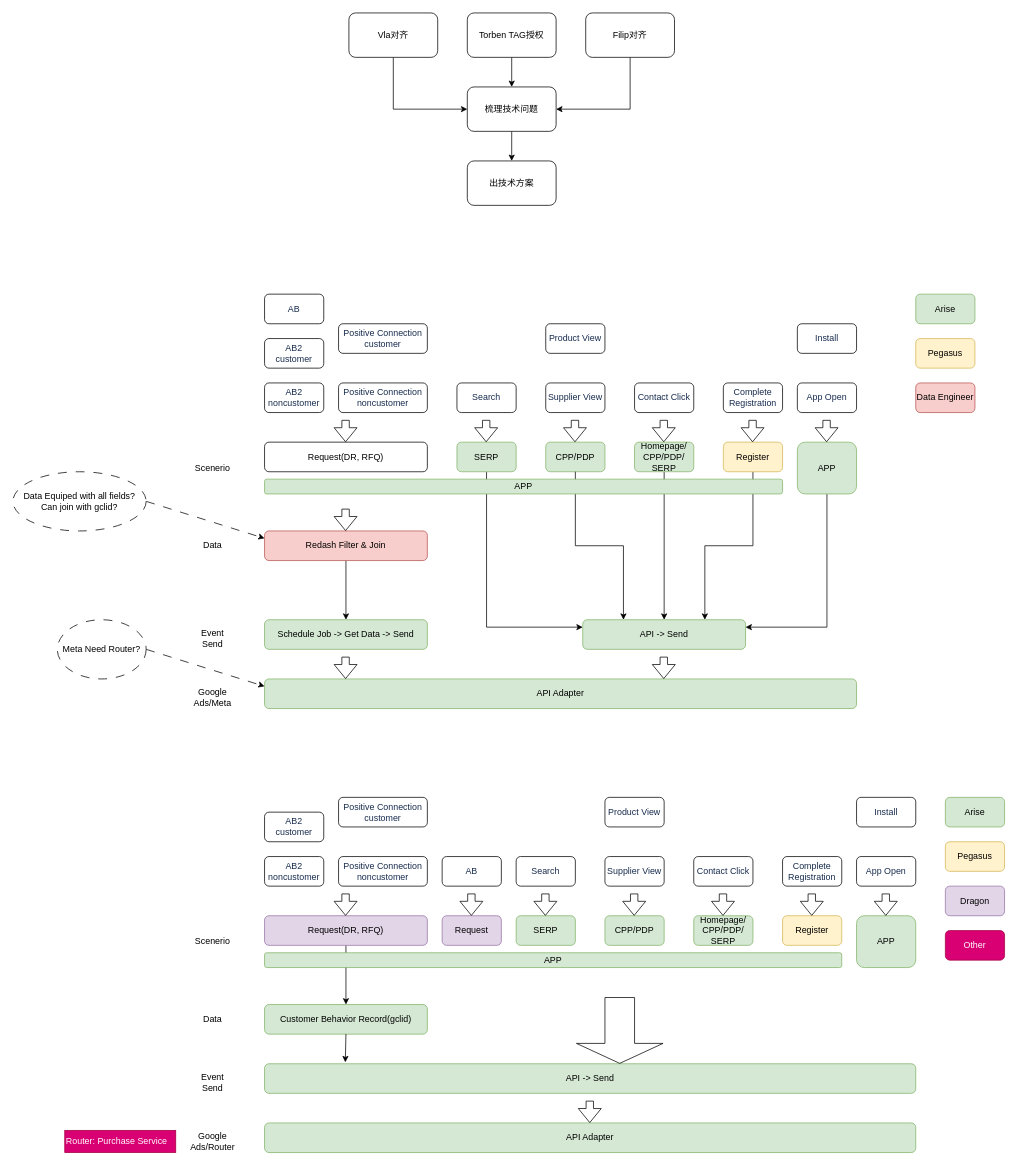
Above: drawio/temp.drawio in VisableHarry/seo-drawio (draw.io), before the change. Source tidied: cells renumbered, new cells numbered last; positions are measured from the earlier drawing's top-left corner, leaving out a move shared by most shapes. Both pictures are drawn from the tidied source at 74%, with x=0, y=0 at pixel (13, 13).
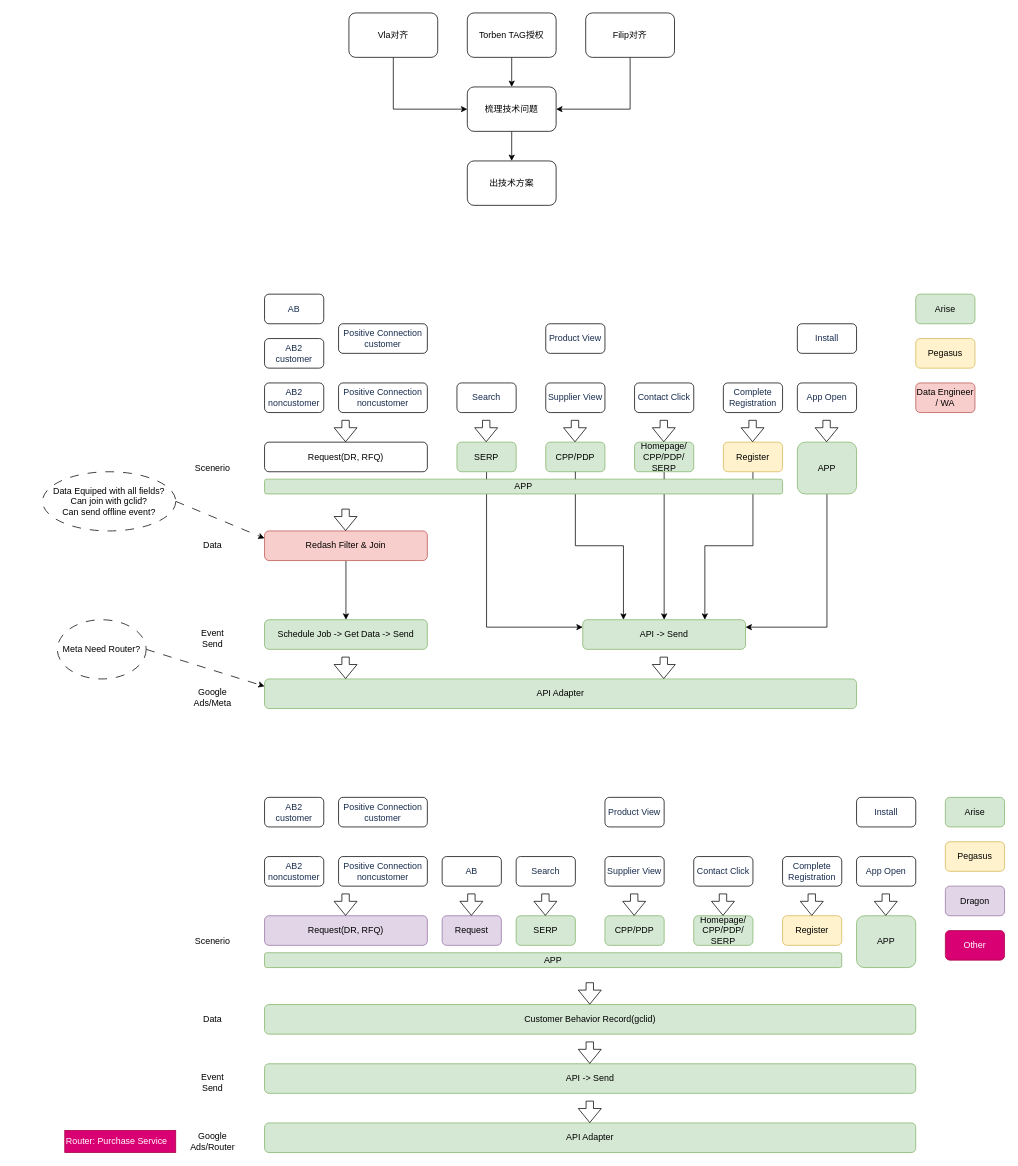
After the change.

Unchanged cells that the change refers to:
```xml
<mxCell id="58" value="Request(DR, RFQ)" style="rounded=1;whiteSpace=wrap;html=1;fillColor=#e1d5e7;strokeColor=#9673a6;" parent="1" vertex="1">
  <mxGeometry x="340" y="1220" width="220" height="40" as="geometry" />
</mxCell>
<mxCell id="78" value="API -&amp;gt; Send" style="rounded=1;whiteSpace=wrap;html=1;fillColor=#d5e8d4;strokeColor=#82b366;" parent="1" vertex="1">
  <mxGeometry x="340" y="1420" width="880" height="40" as="geometry" />
</mxCell>
```

The edit, as a diff of the source:
```diff
@@
-    <mxCell id="52" value="Data Equiped&amp;nbsp;&lt;span style=&quot;background-color: transparent; color: light-dark(rgb(0, 0, 0), rgb(255, 255, 255));&quot;&gt;with all fields?&lt;/span&gt;&lt;div&gt;Can join with gclid?&lt;/div&gt;" style="ellipse;whiteSpace=wrap;html=1;dashed=1;dashPattern=12 12;" parent="1" vertex="1">
-      <mxGeometry y="620" width="180" height="80" as="geometry" />
+    <mxCell id="52" value="Data Equiped&amp;nbsp;&lt;span style=&quot;background-color: transparent; color: light-dark(rgb(0, 0, 0), rgb(255, 255, 255));&quot;&gt;with all fields?&lt;/span&gt;&lt;div&gt;Can join with gclid?&lt;/div&gt;&lt;div&gt;Can send offline event?&lt;/div&gt;" style="ellipse;whiteSpace=wrap;html=1;dashed=1;dashPattern=12 12;" parent="1" vertex="1">
+      <mxGeometry x="40" y="620" width="180" height="80" as="geometry" />
     </mxCell>
@@
-    <mxCell id="57" style="edgeStyle=orthogonalEdgeStyle;rounded=0;jettySize=auto;html=1;exitX=0.5;exitY=1;exitDx=0;exitDy=0;entryX=0.5;entryY=0;entryDx=0;entryDy=0;" parent="1" edge="1" source="58" target="89">
-      <mxGeometry relative="1" as="geometry" />
-    </mxCell>
@@
     <mxCell id="64" value="&lt;span style=&quot;color: rgb(23, 43, 77); text-align: left; background-color: rgb(255, 255, 255);&quot;&gt;&lt;font style=&quot;font-size: 12px;&quot; face=&quot;Helvetica&quot;&gt;AB2&lt;/font&gt;&lt;/span&gt;&lt;div&gt;&lt;span style=&quot;color: rgb(23, 43, 77); text-align: left; background-color: rgb(255, 255, 255);&quot;&gt;&lt;font style=&quot;font-size: 12px;&quot; face=&quot;Helvetica&quot;&gt;customer&lt;/font&gt;&lt;/span&gt;&lt;/div&gt;" style="rounded=1;whiteSpace=wrap;html=1;" parent="1" vertex="1">
-      <mxGeometry x="340" y="1080" width="80" height="40" as="geometry" />
+      <mxGeometry x="340" y="1060" width="80" height="40" as="geometry" />
     </mxCell>
@@
     <mxCell id="89" value="Customer Behavior Record(gclid)" style="rounded=1;whiteSpace=wrap;html=1;fillColor=#d5e8d4;strokeColor=#82b366;" parent="1" vertex="1">
-      <mxGeometry x="340" y="1340" width="220" height="40" as="geometry" />
+      <mxGeometry x="340" y="1340" width="880" height="40" as="geometry" />
     </mxCell>
@@
-    <mxCell id="92" style="edgeStyle=orthogonalEdgeStyle;rounded=0;jettySize=auto;html=1;exitX=0.5;exitY=1;exitDx=0;exitDy=0;entryX=0.124;entryY=-0.05;entryDx=0;entryDy=0;entryPerimeter=0;" parent="1" edge="1" source="89" target="78">
-      <mxGeometry relative="1" as="geometry" />
-    </mxCell>
-    <mxCell id="93" style="shape=flexArrow;endArrow=classic;html=1;rounded=0;endWidth=76;endSize=8.67;width=40;" parent="1" edge="1">
-      <mxGeometry relative="1" as="geometry">
-        <mxPoint x="820" y="1330" as="sourcePoint" />
-        <mxPoint x="820" y="1420" as="targetPoint" />
-      </mxGeometry>
-    </mxCell>
@@
-    <mxCell id="97" value="Data Engineer" style="rounded=1;whiteSpace=wrap;html=1;fillColor=#f8cecc;strokeColor=#b85450;" parent="1" vertex="1">
+    <mxCell id="97" value="Data Engineer / WA" style="rounded=1;whiteSpace=wrap;html=1;fillColor=#f8cecc;strokeColor=#b85450;" parent="1" vertex="1">
       <mxGeometry x="1220" y="500" width="80" height="40" as="geometry" />
     </mxCell>
@@
+    <mxCell id="103" style="shape=flexArrow;endArrow=classic;html=1;rounded=0;" parent="1" edge="1">
+      <mxGeometry relative="1" as="geometry">
+        <mxPoint x="779.5" y="1390" as="sourcePoint" />
+        <mxPoint x="779.5" y="1420" as="targetPoint" />
+      </mxGeometry>
+    </mxCell>
+    <mxCell id="104" style="shape=flexArrow;endArrow=classic;html=1;rounded=0;" parent="1" edge="1">
+      <mxGeometry relative="1" as="geometry">
+        <mxPoint x="779.5" y="1310" as="sourcePoint" />
+        <mxPoint x="779.5" y="1340" as="targetPoint" />
+      </mxGeometry>
+    </mxCell>
```
